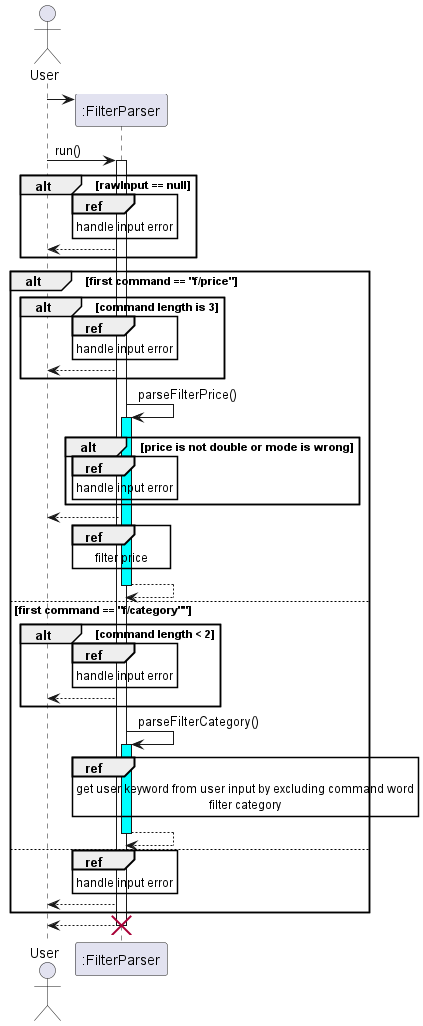
This is docs/UML/Filter/FilterSequence.png from nus-cs2113-AY2223S2/tp, a PlantUML export, as it was before one commit.
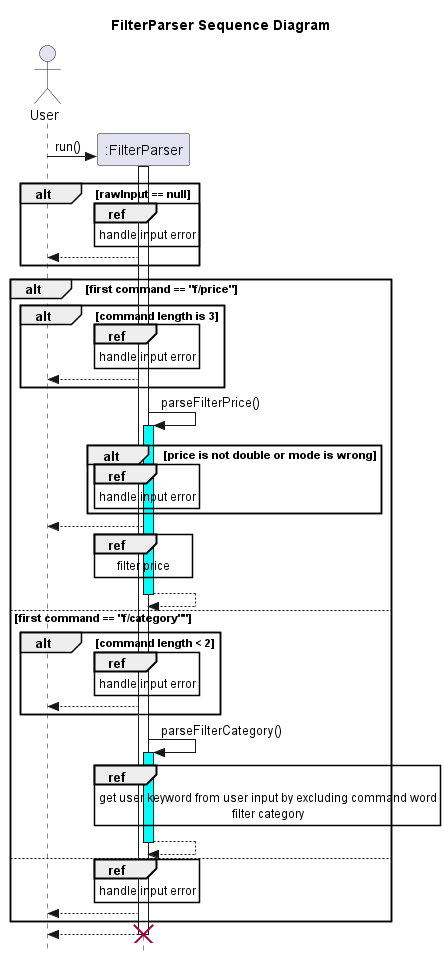
After the change.

Diff of the diagram source:
```diff
@@ -1,10 +1,11 @@
 @startuml
+title FilterParser Sequence Diagram
 
+skinparam style strictuml
 actor User
 participant ":FilterParser"
-User -> ":FilterParser" **
+User -> ":FilterParser" **:run()
 
-User -> ":FilterParser": run()
 activate ":FilterParser"
 alt rawInput == null
     ref over ":FilterParser"
```
